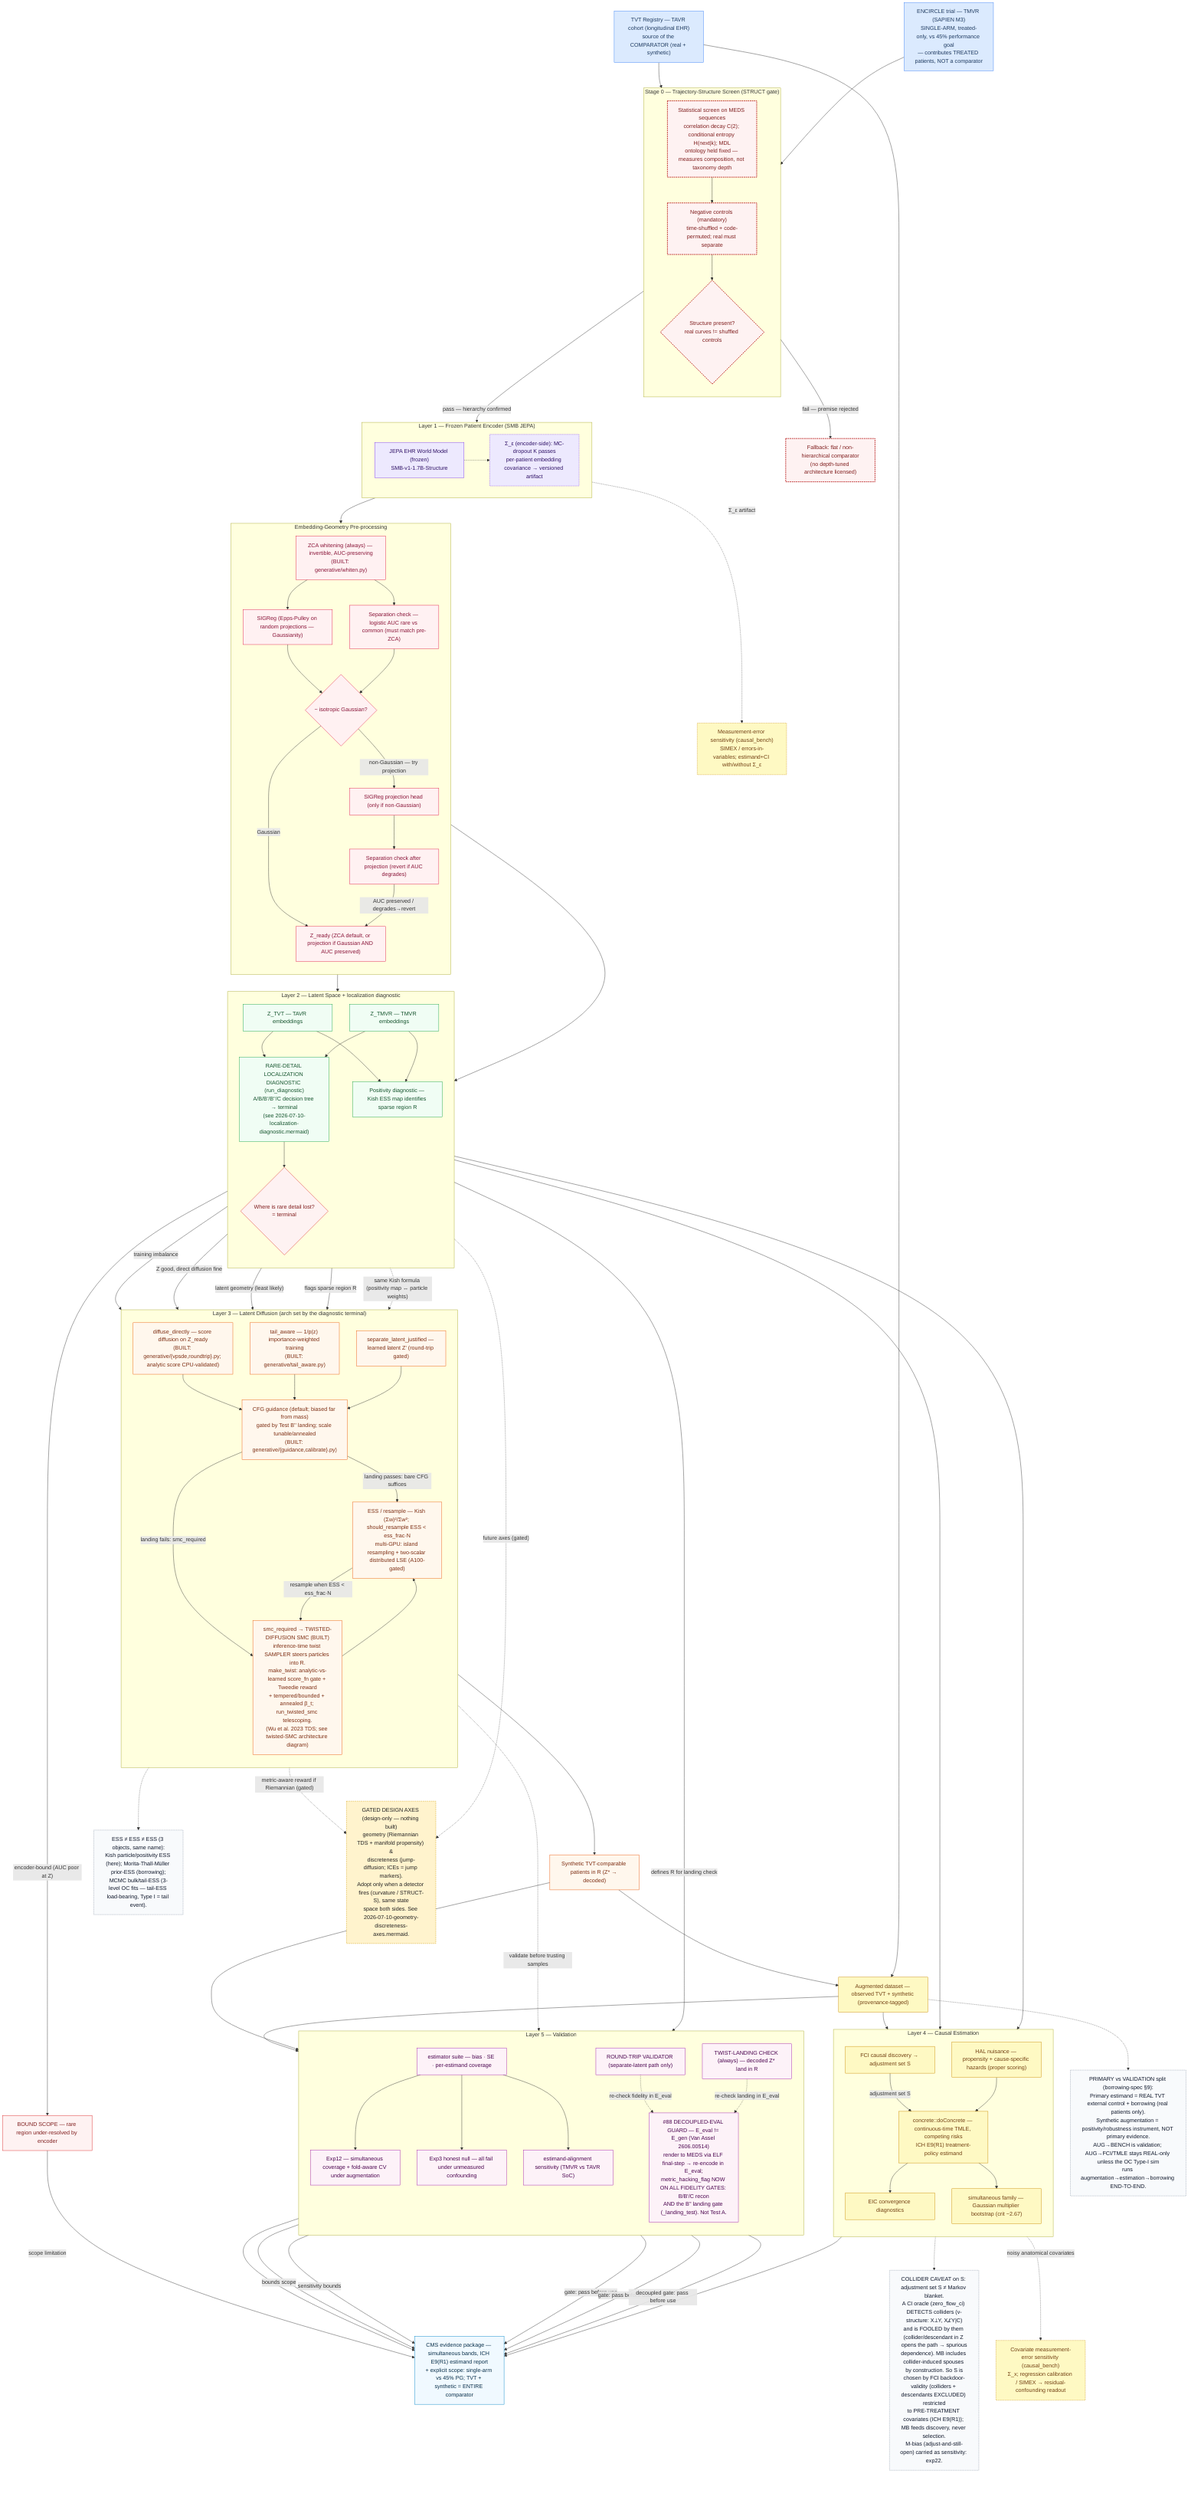
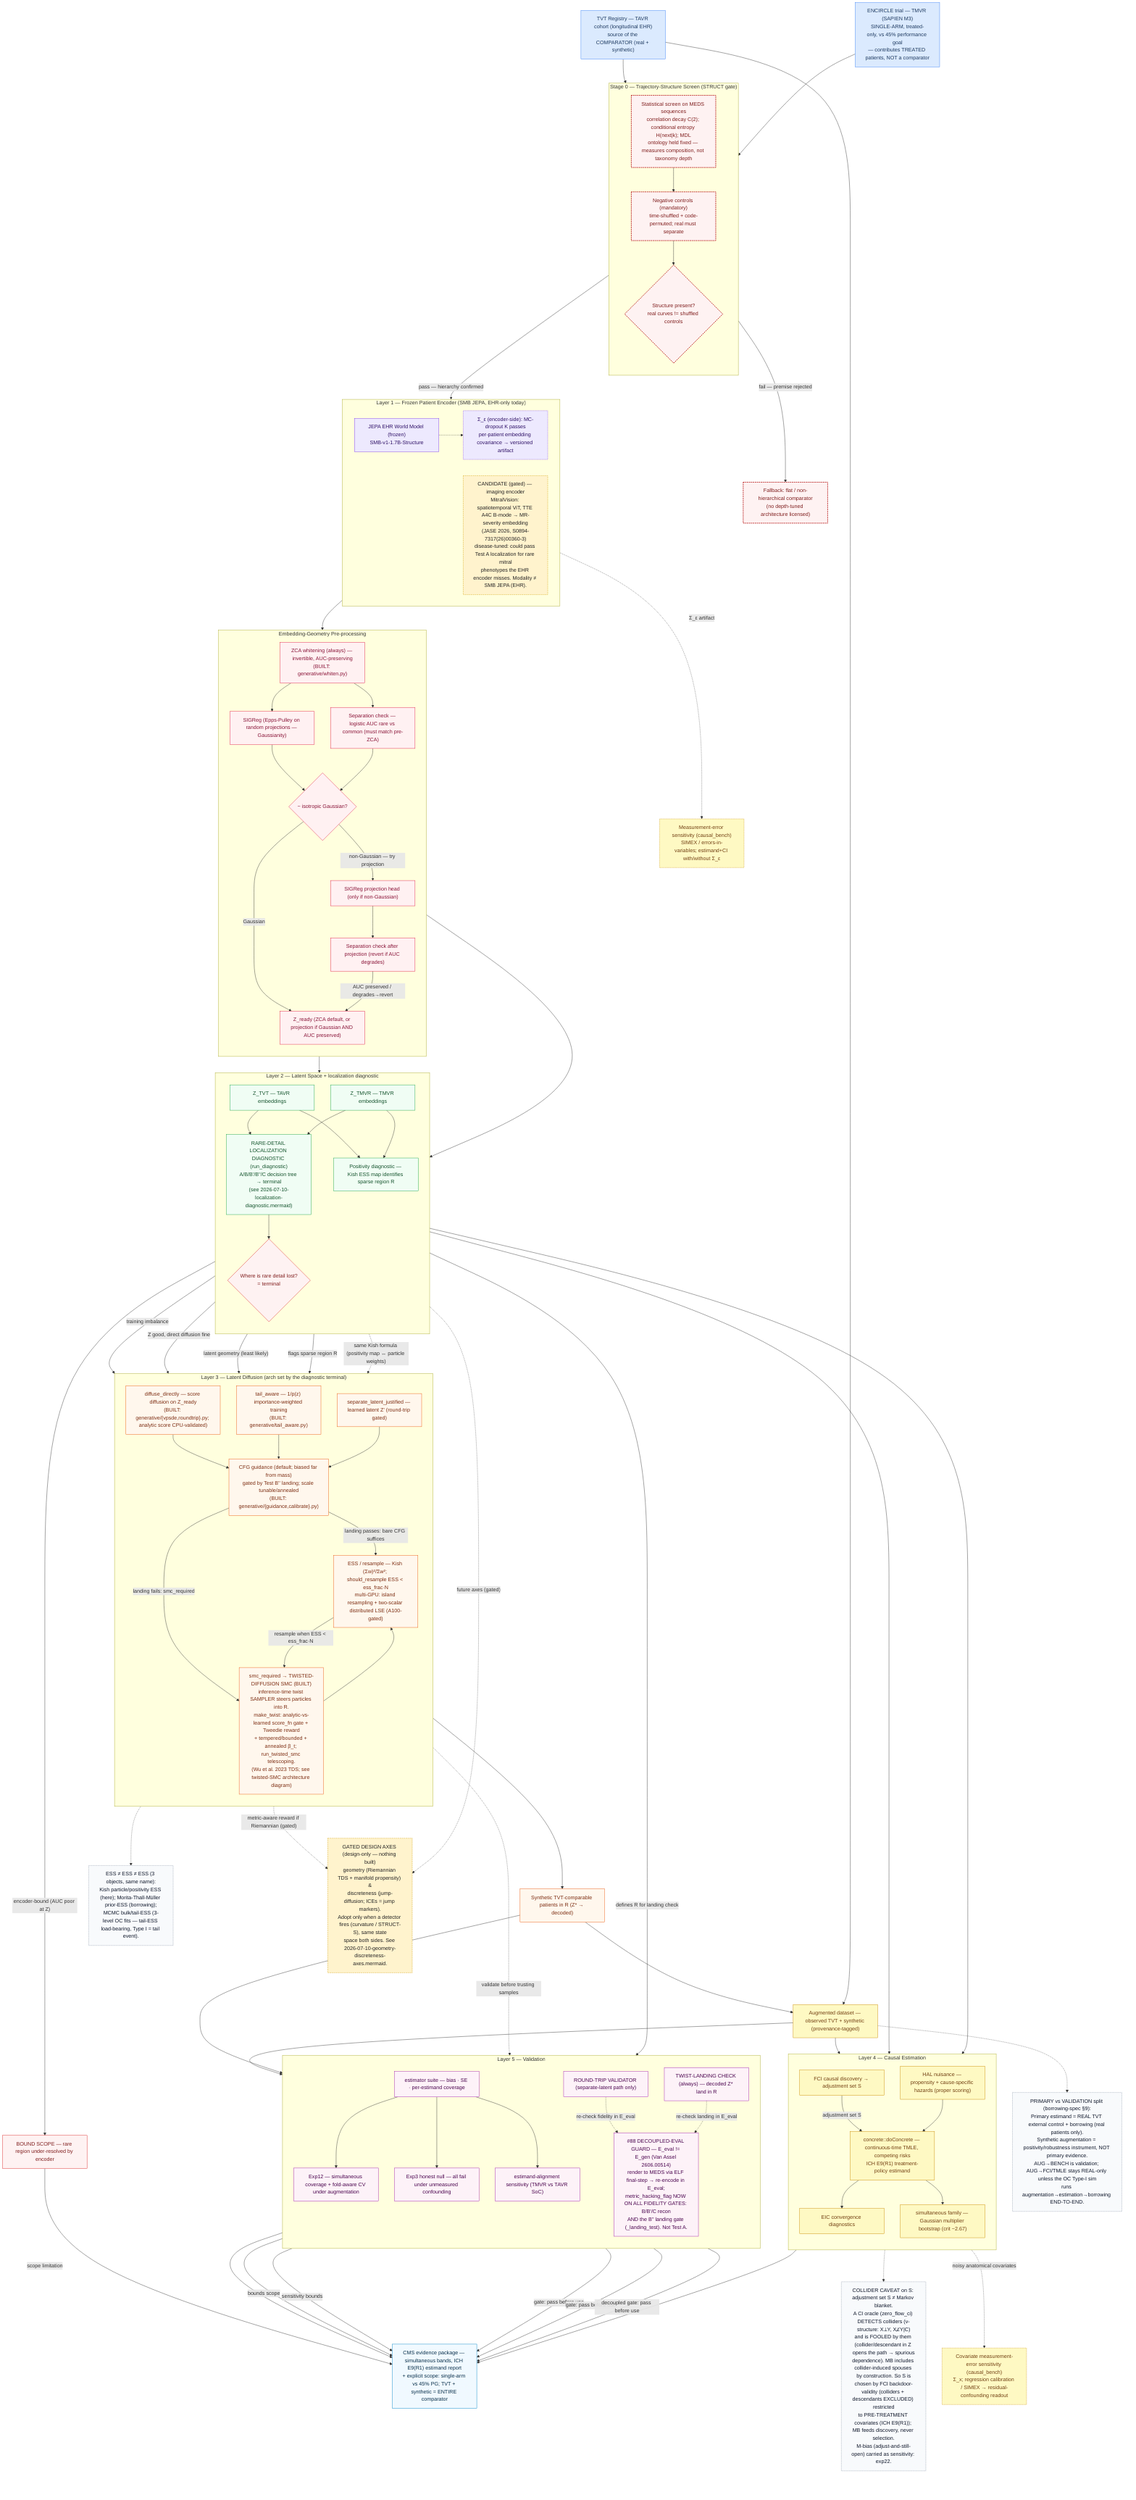
%% ENCIRCLE synthetic-control-arm (SCA) architecture — in-repo refresh of the
%% ~/Downloads/encircle_sca_architecture.mermaid. Structure preserved; the parts
%% touched by this session's build are updated: the TWIST node now reflects the
%% BUILT twisted-SMC (make_twist / run_twisted_smc / annealed β_t / distributed LSE —
%% see 2026-07-10-twisted-smc-architecture.mermaid) with the two unverifiable
%% citations removed; the #88 guard is complete across ALL fidelity gates; the
%% generative core is marked built. Gated design axes are a DASHED design-only
%% pointer (see 2026-07-10-geometry-discreteness-axes.mermaid), not integrated.
flowchart TD
    %% DESIGN FACT: ENCIRCLE is single-arm vs a 45% performance goal. TVT registry
    %% + synthetic augmentation is the ENTIRE comparator. No real patient-level OMT
    %% control arm exists anywhere in this pipeline.
    TVT["TVT Registry — TAVR cohort (longitudinal EHR)\nsource of the COMPARATOR (real + synthetic)"]
    ENCIRCLE["ENCIRCLE trial — TMVR (SAPIEN M3)\nSINGLE-ARM, treated-only, vs 45% performance goal\n— contributes TREATED patients, NOT a comparator"]

    subgraph STRUCT["Stage 0 — Trajectory-Structure Screen (STRUCT gate)"]
        direction TB
        SSCAN["Statistical screen on MEDS sequences\ncorrelation decay C(2); conditional entropy H(next|k); MDL\nontology held fixed — measures composition, not taxonomy depth"]
        SCTRL["Negative controls (mandatory)\ntime-shuffled + code-permuted; real must separate"]
        SGATE{"Structure present?\nreal curves != shuffled controls"}
        SSCAN --> SCTRL --> SGATE
    end
    SFALL["Fallback: flat / non-hierarchical comparator\n(no depth-tuned architecture licensed)"]

-     subgraph ENC["Layer 1 — Frozen Patient Encoder (SMB JEPA)"]
+     %% NOTE (2026-07): current encoder is structured-EHR ONLY, but M3 is a MITRAL device
+     %% whose disease signature is echocardiographic. Imaging encoders are candidate
+     %% (gated on diffuse_directly resume). Auto-Contour (JACC Adv 2026, S2772963X26002887)
+     %% is ICE = INTRA-PROCEDURAL segmentation, NOT a patient-level screening encoder →
+     %% out of scope for this layer (procedural-guidance tooling, not a representation).
+     subgraph ENC["Layer 1 — Frozen Patient Encoder (SMB JEPA, EHR-only today)"]
        direction LR
        JEPA["JEPA EHR World Model (frozen)\nSMB-v1-1.7B-Structure"]
        SIGEPS["Σ_ε (encoder-side): MC-dropout K passes\nper-patient embedding covariance → versioned artifact"]
+         MV_ENC["CANDIDATE (gated) — imaging encoder\nMitralVision: spatiotemporal ViT, TTE A4C B-mode → MR-severity embedding\n(JASE 2026, S0894-7317(26)00360-3)\ndisease-tuned: could pass Test A localization for rare mitral\nphenotypes the EHR encoder misses. Modality ≠ SMB JEPA (EHR)."]
    end

    subgraph SIGREG["Embedding-Geometry Pre-processing"]
        direction TB
        ZCA["ZCA whitening (always) — invertible, AUC-preserving\n(BUILT: generative/whiten.py)"]
        EP["SIGReg (Epps-Pulley on random projections — Gaussianity)"]
        SEP1["Separation check — logistic AUC rare vs common (must match pre-ZCA)"]
        GCHECK{"~ isotropic Gaussian?"}
        SPROJ["SIGReg projection head (only if non-Gaussian)"]
        SEP2["Separation check after projection (revert if AUC degrades)"]
        LSPACE["Z_ready (ZCA default, or projection if Gaussian AND AUC preserved)"]
        ZCA --> EP
        ZCA --> SEP1
        EP --> GCHECK
        SEP1 --> GCHECK
        GCHECK -->|"Gaussian"| LSPACE
        GCHECK -->|"non-Gaussian — try projection"| SPROJ
        SPROJ --> SEP2
        SEP2 -->|"AUC preserved / degrades→revert"| LSPACE
    end

    subgraph LATENT["Layer 2 — Latent Space + localization diagnostic"]
        direction TB
        Z_TVT["Z_TVT — TAVR embeddings"]
        Z_TMVR["Z_TMVR — TMVR embeddings"]
        POS["Positivity diagnostic — Kish ESS map identifies sparse region R"]
        LOC["RARE-DETAIL LOCALIZATION DIAGNOSTIC (run_diagnostic)\nA/B/B'/B''/C decision tree → terminal\n(see 2026-07-10-localization-diagnostic.mermaid)"]
        LOCGATE{"Where is rare detail lost?\n= terminal"}
        Z_TVT --> LOC
        Z_TMVR --> LOC
        LOC --> LOCGATE
    end

    subgraph GEN["Layer 3 — Latent Diffusion (arch set by the diagnostic terminal)"]
        direction TB
        DIFF_Z["diffuse_directly — score diffusion on Z_ready\n(BUILT: generative/{vpsde,roundtrip}.py; analytic score CPU-validated)"]
        DIFF_TAIL["tail_aware — 1/p(z) importance-weighted training\n(BUILT: generative/tail_aware.py)"]
        DIFF_LAT["separate_latent_justified — learned latent Z' (round-trip gated)"]
        CFG["CFG guidance (default; biased far from mass)\ngated by Test B'' landing; scale tunable/annealed\n(BUILT: generative/{guidance,calibrate}.py)"]
        TWIST["smc_required → TWISTED-DIFFUSION SMC (BUILT)\ninference-time twist SAMPLER steers particles into R.\nmake_twist: analytic-vs-learned score_fn gate + Tweedie reward\n+ tempered/bounded + annealed β_t; run_twisted_smc telescoping.\n(Wu et al. 2023 TDS; see twisted-SMC architecture diagram)"]
        ESS_SMC["ESS / resample — Kish (Σw)²/Σw²; should_resample ESS < ess_frac·N\nmulti-GPU: island resampling + two-scalar distributed LSE (A100-gated)"]
        DIFF_Z --> CFG
        DIFF_TAIL --> CFG
        DIFF_LAT --> CFG
        CFG -->|"landing passes: bare CFG suffices"| ESS_SMC
        CFG -->|"landing fails: smc_required"| TWIST
        TWIST --> ESS_SMC
        ESS_SMC -->|"resample when ESS < ess_frac·N"| TWIST
    end

    LOCGATE -->|"encoder-bound (AUC poor at Z)"| SCOPE["BOUND SCOPE — rare region under-resolved by encoder"]
    LOCGATE -->|"training imbalance"| DIFF_TAIL
    LOCGATE -->|"Z good, direct diffusion fine"| DIFF_Z
    LOCGATE -->|"latent geometry (least likely)"| DIFF_LAT

    SYNTH["Synthetic TVT-comparable patients in R (Z* → decoded)"]
    AUG["Augmented dataset — observed TVT + synthetic (provenance-tagged)"]
    ESS_SMC --> SYNTH
    SYNTH --> AUG

    AUGNOTE["PRIMARY vs VALIDATION split (borrowing-spec §9):\nPrimary estimand = REAL TVT external control + borrowing (real patients only).\nSynthetic augmentation = positivity/robustness instrument, NOT primary evidence.\nAUG→BENCH is validation; AUG→FCI/TMLE stays REAL-only unless the OC Type-I sim\nruns augmentation→estimation→borrowing END-TO-END."]
    AUG -.-> AUGNOTE

    subgraph EST["Layer 4 — Causal Estimation"]
        direction TB
        FCI["FCI causal discovery → adjustment set S"]
        TMLE["concrete::doConcrete — continuous-time TMLE, competing risks\nICH E9(R1) treatment-policy estimand"]
        HAL["HAL nuisance — propensity + cause-specific hazards (proper scoring)"]
        EIC["EIC convergence diagnostics"]
        SIM["simultaneous family — Gaussian multiplier bootstrap (crit ~2.67)"]
    end

    subgraph VAL["Layer 5 — Validation"]
        direction TB
        BENCH["estimator suite — bias · SE · per-estimand coverage"]
        SIMCOV["Exp12 — simultaneous coverage + fold-aware CV under augmentation"]
        NULL["Exp3 honest null — all fail under unmeasured confounding"]
        RIPPIN["estimand-alignment sensitivity (TMVR vs TAVR SoC)"]
        RTRIP["ROUND-TRIP VALIDATOR (separate-latent path only)"]
        LAND["TWIST-LANDING CHECK (always) — decoded Z* land in R"]
        EVAL_ENC["#88 DECOUPLED-EVAL GUARD — E_eval != E_gen (Van Assel 2606.00514)\nrender to MEDS via ELF final-step → re-encode in E_eval;\nmetric_hacking_flag NOW ON ALL FIDELITY GATES: B/B'/C recon\nAND the B'' landing gate (_landing_test). Not Test A."]
    end

    OUT["CMS evidence package — simultaneous bands, ICH E9(R1) estimand report\n+ explicit scope: single-arm vs 45% PG; TVT + synthetic = ENTIRE comparator"]

    %% Data flow
    TVT --> SSCAN
    ENCIRCLE --> SSCAN
    SGATE -->|"pass — hierarchy confirmed"| JEPA
    SGATE -->|"fail — premise rejected"| SFALL
    JEPA --> ZCA
    LSPACE --> Z_TVT
    LSPACE --> Z_TMVR
    Z_TVT --> POS
    Z_TMVR --> POS
    POS -->|"flags sparse region R"| TWIST
    POS -->|"defines R for landing check"| LAND
    TVT --> AUG
    AUG --> FCI
    Z_TVT --> HAL
    Z_TMVR --> HAL
    FCI -->|"adjustment set S"| TMLE
    HAL --> TMLE
    TMLE --> EIC
    TMLE --> SIM
    AUG --> BENCH
    BENCH --> SIMCOV
    BENCH --> NULL
    BENCH --> RIPPIN
    DIFF_LAT -.->|"validate before trusting samples"| RTRIP
    SYNTH --> LAND
    SIM --> OUT
    SIMCOV --> OUT
    NULL -->|"bounds scope"| OUT
    RIPPIN -->|"sensitivity bounds"| OUT
    RTRIP -.->|"re-check fidelity in E_eval"| EVAL_ENC
    LAND -.->|"re-check landing in E_eval"| EVAL_ENC
    RTRIP -->|"gate: pass before use"| OUT
    LAND -->|"gate: pass before use"| OUT
    EVAL_ENC -->|"decoupled gate: pass before use"| OUT
    SCOPE -->|"scope limitation"| OUT

    %% ESS disambiguation
    POS -. "same Kish formula (positivity map ↔ particle weights)" .-> ESS_SMC
    ESSNOTE["ESS ≠ ESS ≠ ESS (3 objects, same name):\nKish particle/positivity ESS (here); Morita-Thall-Müller prior-ESS (borrowing);\nMCMC bulk/tail-ESS (3-level OC fits — tail-ESS load-bearing, Type I = tail event)."]
    ESS_SMC -.-> ESSNOTE

    %% Adjustment-set collider caveat (zero_flow_ci / Markov-blanket)
    SNOTE["COLLIDER CAVEAT on S: adjustment set S ≠ Markov blanket.\nA CI oracle (zero_flow_ci) DETECTS colliders (v-structure: X⟂Y, X⟂̸Y|C)\nand is FOOLED by them (collider/descendant in Z opens the path → spurious\ndependence). MB includes collider-induced spouses by construction. So S is\nchosen by FCI backdoor-validity (colliders + descendants EXCLUDED) restricted\nto PRE-TREATMENT covariates (ICH E9(R1)); MB feeds discovery, never selection.\nM-bias (adjust-and-still-open) carried as sensitivity: exp22."]
    FCI -.-> SNOTE

    %% Measurement-error hand-offs (encoder repo → causal_bench)
    JEPA -.-> SIGEPS
    SIGEPS -.->|"Σ_ε artifact"| MESENS["Measurement-error sensitivity (causal_bench)\nSIMEX / errors-in-variables; estimand+CI with/without Σ_ε"]
    HAL -.->|"noisy anatomical covariates"| COVME["Covariate measurement-error sensitivity (causal_bench)\nΣ_x; regression calibration / SIMEX → residual-confounding readout"]

    %% GATED design axes — design-only pointer, NOT built, NOT on the primary path
    AXES["GATED DESIGN AXES (design-only — nothing built)\ngeometry (Riemannian TDS + manifold propensity) &\ndiscreteness (jump-diffusion; ICEs = jump markers).\nAdopt only when a detector fires (curvature / STRUCT-S), same state\nspace both sides. See 2026-07-10-geometry-discreteness-axes.mermaid."]
    LOC -.->|"future axes (gated)"| AXES
    TWIST -.->|"metric-aware reward if Riemannian (gated)"| AXES

    %% Styling
    classDef data fill:#dbeafe,stroke:#3b82f6,color:#1e3a5f
    classDef encoder fill:#ede9fe,stroke:#7c3aed,color:#2e1065
    classDef sigreg fill:#fff1f2,stroke:#e11d48,color:#881337
    classDef structgate fill:#fef2f2,stroke:#b91c1c,color:#7f1d1d,stroke-width:2px,stroke-dasharray: 4 2
    classDef latent fill:#f0fdf4,stroke:#16a34a,color:#14532d
    classDef generative fill:#fff7ed,stroke:#ea580c,color:#7c2d12
    classDef estimation fill:#fef9c3,stroke:#ca8a04,color:#713f12
    classDef validation fill:#fdf2f8,stroke:#a21caf,color:#4a044e
    classDef output fill:#f0f9ff,stroke:#0284c7,color:#082f49
    classDef gate fill:#fef2f2,stroke:#dc2626,color:#7f1d1d
    classDef encoderrepo fill:#ede9fe,stroke:#7c3aed,color:#2e1065,stroke-dasharray: 3 2
    classDef causalrepo fill:#fef9c3,stroke:#ca8a04,color:#713f12,stroke-dasharray: 3 2
    classDef annotation fill:#f8fafc,stroke:#64748b,color:#0f172a,stroke-dasharray: 2 2
    classDef gated fill:#fff3cd,stroke:#d39e00,color:#222,stroke-dasharray: 4 2

    class TVT,ENCIRCLE data
    class SSCAN,SCTRL,SGATE,SFALL structgate
    class JEPA encoder
+     class MV_ENC gated
    class EP,GCHECK,SPROJ,LSPACE,ZCA,SEP1,SEP2 sigreg
    class Z_TVT,Z_TMVR,POS,LOC latent
    class DIFF_Z,DIFF_TAIL,DIFF_LAT,CFG,TWIST,ESS_SMC,SYNTH generative
    class FCI,TMLE,HAL,EIC,SIM,AUG estimation
    class BENCH,SIMCOV,NULL,RIPPIN,RTRIP,LAND,EVAL_ENC validation
    class OUT output
    class LOCGATE,SCOPE gate
    class SIGEPS encoderrepo
    class MESENS,COVME causalrepo
    class ESSNOTE,AUGNOTE,SNOTE annotation
    class AXES gated
